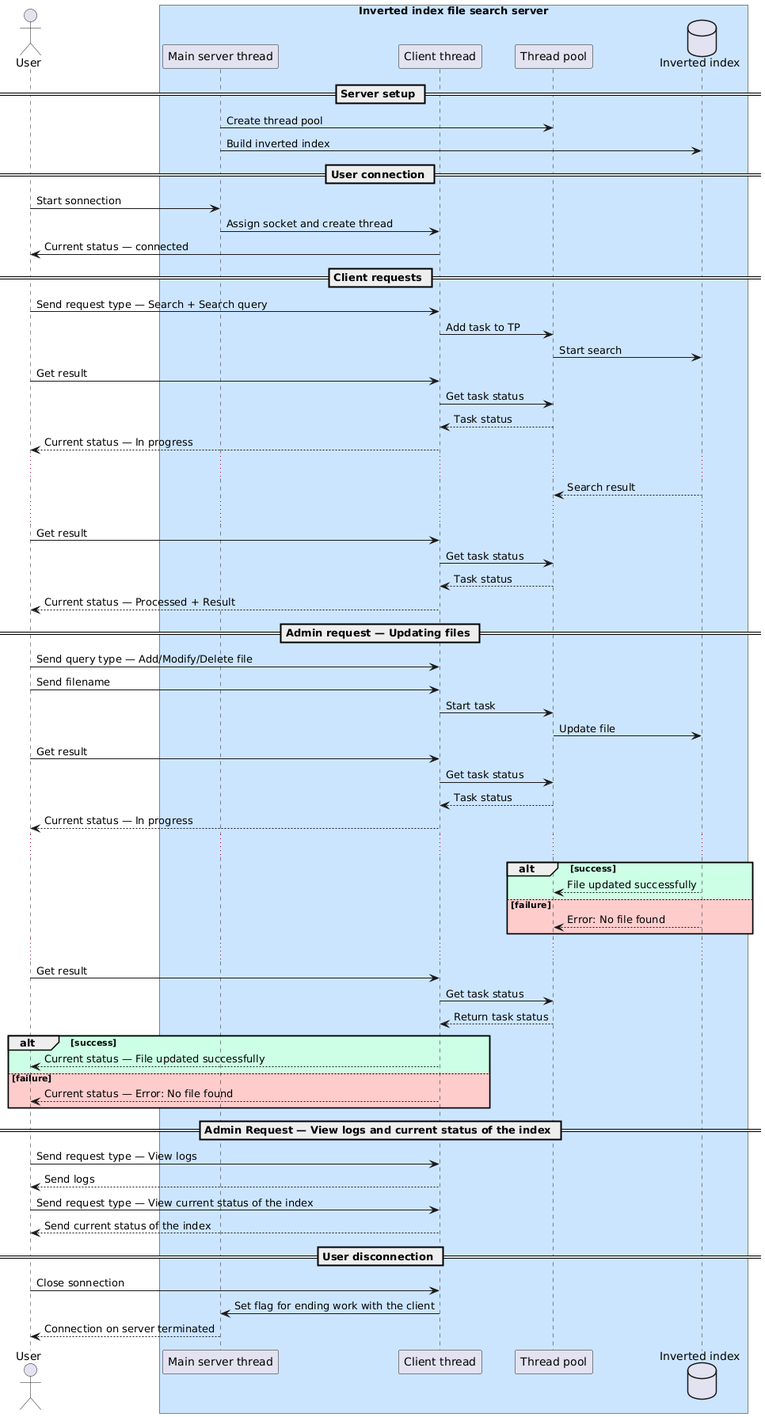
Above: UML/UML_Sequence_InvIndex.png in Powarito/Parallel_computing_Course_work (PlantUML), before the change. The source it was exported from:
```plantuml
@startuml
actor User as client

box "Inverted index file search server" #CCE5FF
participant "Main server thread" as server
participant "Client thread" as client_thread
participant "Thread pool" as thread_pool
database "Inverted index" as index
end box

== Server setup ==

server -> thread_pool : Create thread pool
server -> index : Build inverted index

== User connection ==

client -> server : Start sonnection
server -> client_thread : Assign socket and create thread
client_thread  -> client : Current status — connected

== Client requests ==

client -> client_thread : Send request type — Search + Search query
client_thread -> thread_pool : Add task to TP
thread_pool -> index : Start search
client -> client_thread : Get result
client_thread -> thread_pool : Get task status
thread_pool --> client_thread : Task status
client_thread --> client : Current status — In progress
...
index --> thread_pool : Search result
...
client -> client_thread : Get result
client_thread -> thread_pool : Get task status
thread_pool --> client_thread : Task status
client_thread --> client : Current status — Processed + Result

== Admin request — Updating files ==

client -> client_thread : Send query type — Add/Modify/Delete file
client -> client_thread : Send filename
client_thread -> thread_pool : Start task
thread_pool -> index : Update file
client -> client_thread : Get result
client_thread -> thread_pool : Get task status
thread_pool --> client_thread : Task status
client_thread --> client : Current status — In progress

...
alt #CCFFE5 success
index --> thread_pool : File updated successfully
else #FFCCCC failure
index --> thread_pool : Error: No file found
end
...

client -> client_thread : Get result
client_thread -> thread_pool : Get task status
thread_pool --> client_thread : Return task status

alt #CCFFE5 success
client_thread --> client : Current status — File updated successfully
else #FFCCCC failure
client_thread --> client : Current status — Error: No file found
end

== Admin Request — View logs and current status of the index ==

client -> client_thread : Send request type — View logs
client_thread --> client : Send logs

client -> client_thread : Send request type — View current status of the index
client_thread --> client : Send current status of the index

== User disconnection ==

client -> client_thread : Close sonnection
client_thread -> server: Set flag for ending work with the client
server --> client : Connection on server terminated
@enduml
```
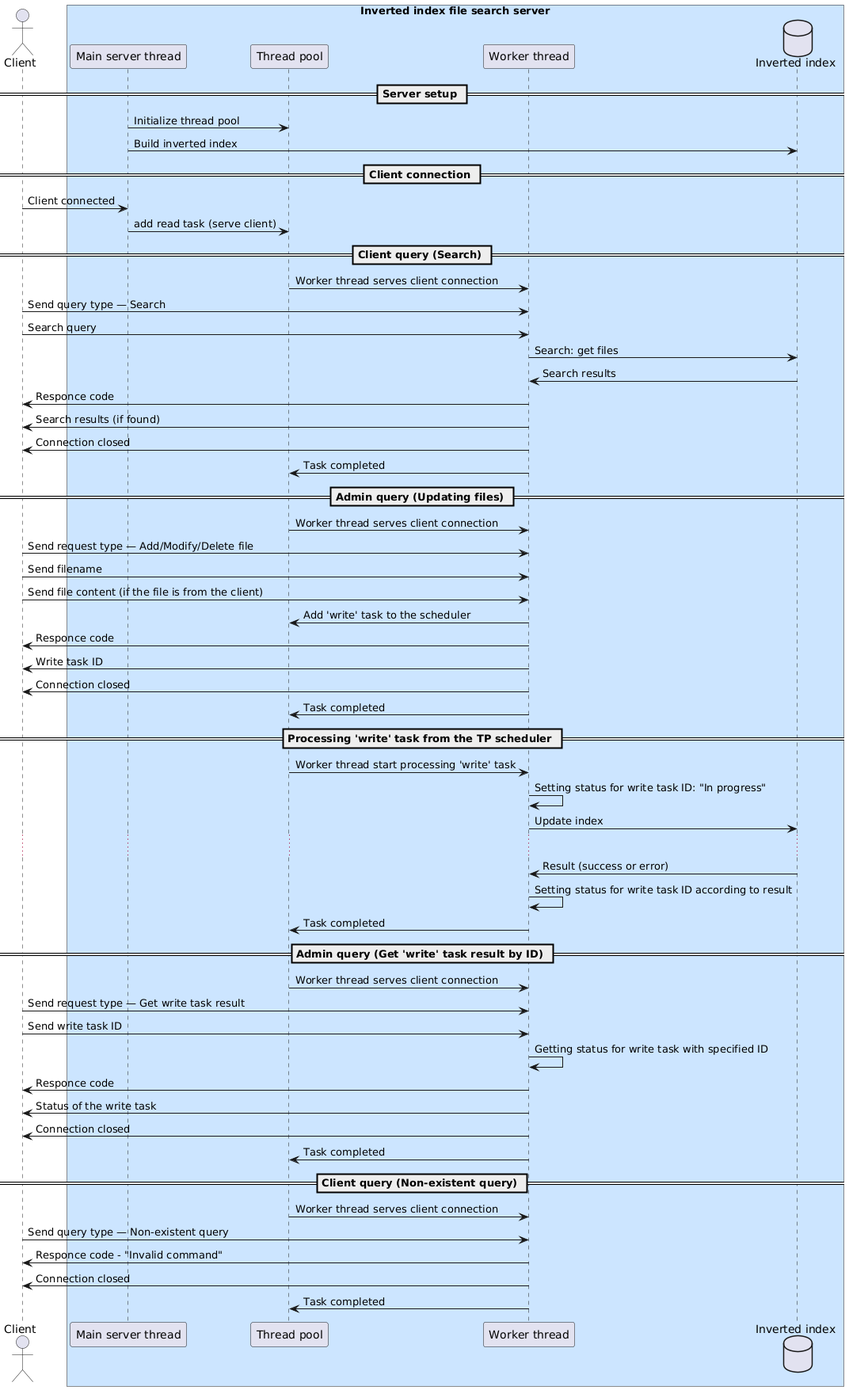
The same diagram one commit later.

Commit message:
feat: update the UML diagrams according to the new model system

What changed in the source:
```diff
@@ -1,81 +1,84 @@
 @startuml
-actor User as client
+actor Client as client
 
 box "Inverted index file search server" #CCE5FF
 participant "Main server thread" as server
-participant "Client thread" as client_thread
 participant "Thread pool" as thread_pool
+participant "Worker thread" as worker_thread
 database "Inverted index" as index
 end box
 
 == Server setup ==
 
-server -> thread_pool : Create thread pool
+server -> thread_pool : Initialize thread pool
 server -> index : Build inverted index
 
-== User connection ==
+== Client connection ==
 
-client -> server : Start sonnection
-server -> client_thread : Assign socket and create thread
-client_thread  -> client : Current status — connected
+client -> server : Client connected
+server -> thread_pool : add read task (serve client)
 
-== Client requests ==
+== Client query (Search) ==
 
-client -> client_thread : Send request type — Search + Search query
-client_thread -> thread_pool : Add task to TP
-thread_pool -> index : Start search
-client -> client_thread : Get result
-client_thread -> thread_pool : Get task status
-thread_pool --> client_thread : Task status
-client_thread --> client : Current status — In progress
+thread_pool -> worker_thread : Worker thread serves client connection
+client -> worker_thread : Send query type — Search
+client -> worker_thread : Search query
+
+worker_thread -> index : Search: get files
+index -> worker_thread : Search results
+
+worker_thread -> client : Responce code
+worker_thread -> client : Search results (if found)
+worker_thread -> client : Connection closed
+
+worker_thread -> thread_pool : Task completed
+
+== Admin query (Updating files) ==
+
+thread_pool -> worker_thread : Worker thread serves client connection
+client -> worker_thread : Send request type — Add/Modify/Delete file
+client -> worker_thread : Send filename
+client -> worker_thread : Send file content (if the file is from the client)
+
+worker_thread -> thread_pool : Add 'write' task to the scheduler
+
+worker_thread -> client : Responce code
+worker_thread -> client : Write task ID
+worker_thread -> client : Connection closed
+
+worker_thread -> thread_pool : Task completed
+
+== Processing 'write' task from the TP scheduler ==
+
+thread_pool -> worker_thread : Worker thread start processing 'write' task
+worker_thread -> worker_thread : Setting status for write task ID: "In progress"
+worker_thread -> index : Update index
 ...
-index --> thread_pool : Search result
-...
-client -> client_thread : Get result
-client_thread -> thread_pool : Get task status
-thread_pool --> client_thread : Task status
-client_thread --> client : Current status — Processed + Result
+index -> worker_thread : Result (success or error)
+worker_thread -> worker_thread : Setting status for write task ID according to result
 
-== Admin request — Updating files ==
+worker_thread -> thread_pool : Task completed
 
-client -> client_thread : Send query type — Add/Modify/Delete file
-client -> client_thread : Send filename
-client_thread -> thread_pool : Start task
-thread_pool -> index : Update file
-client -> client_thread : Get result
-client_thread -> thread_pool : Get task status
-thread_pool --> client_thread : Task status
-client_thread --> client : Current status — In progress
+== Admin query (Get 'write' task result by ID) ==
 
-...
-alt #CCFFE5 success
-index --> thread_pool : File updated successfully
-else #FFCCCC failure
-index --> thread_pool : Error: No file found
-end
-...
+thread_pool -> worker_thread : Worker thread serves client connection
+client -> worker_thread : Send request type — Get write task result
+client -> worker_thread : Send write task ID
 
-client -> client_thread : Get result
-client_thread -> thread_pool : Get task status
-thread_pool --> client_thread : Return task status
+worker_thread -> worker_thread : Getting status for write task with specified ID
 
-alt #CCFFE5 success
-client_thread --> client : Current status — File updated successfully
-else #FFCCCC failure
-client_thread --> client : Current status — Error: No file found
-end
+worker_thread -> client : Responce code
+worker_thread -> client : Status of the write task
+worker_thread -> client : Connection closed
 
-== Admin Request — View logs and current status of the index ==
+worker_thread -> thread_pool : Task completed
 
-client -> client_thread : Send request type — View logs
-client_thread --> client : Send logs
+== Client query (Non-existent query) ==
 
-client -> client_thread : Send request type — View current status of the index
-client_thread --> client : Send current status of the index
+thread_pool -> worker_thread : Worker thread serves client connection
+client -> worker_thread : Send query type — Non-existent query
+worker_thread -> client : Responce code - "Invalid command"
+worker_thread -> client : Connection closed
 
-== User disconnection ==
-
-client -> client_thread : Close sonnection
-client_thread -> server: Set flag for ending work with the client
-server --> client : Connection on server terminated
+worker_thread -> thread_pool : Task completed
 @enduml
```
